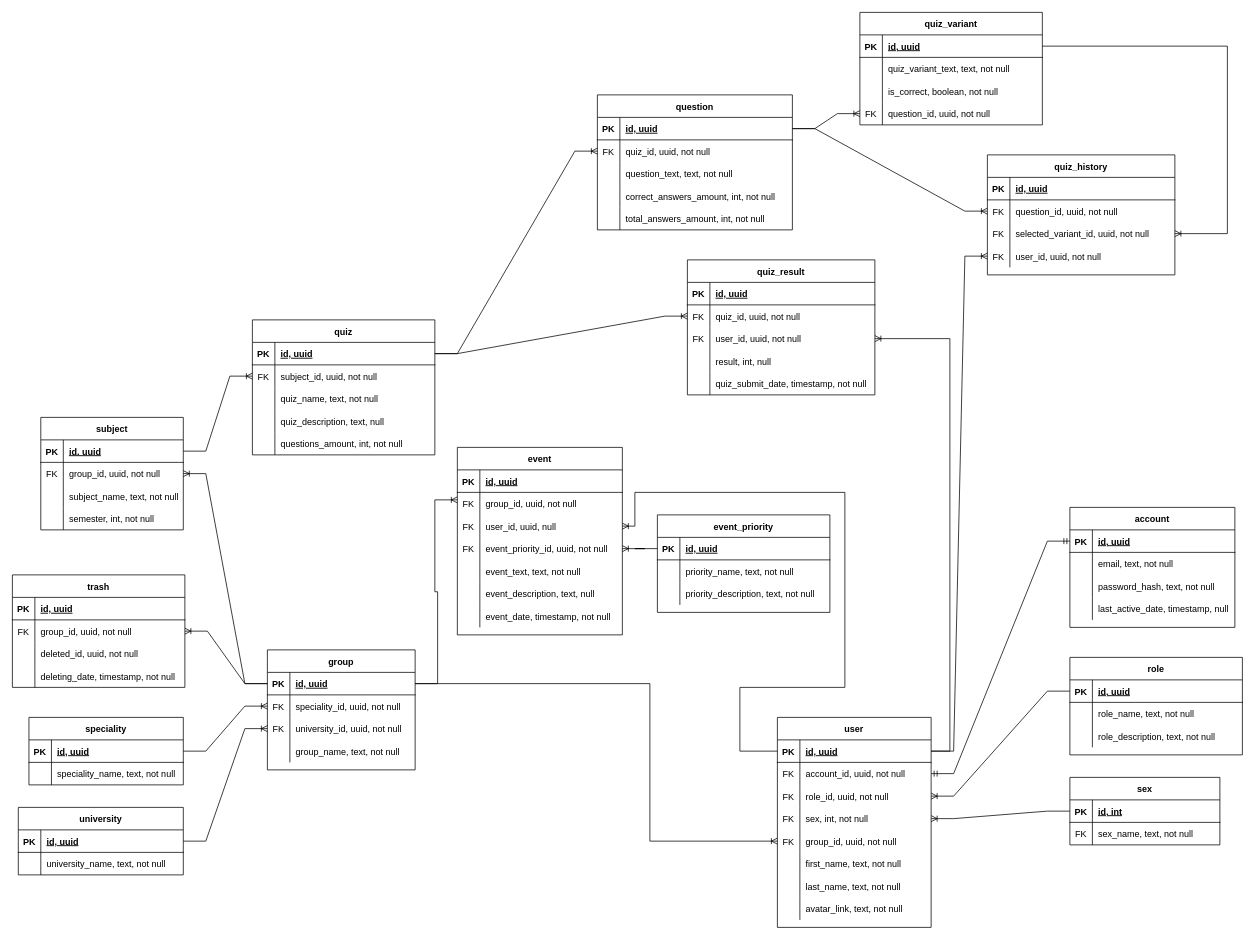
This is databases/physical_er_ironalex.drawio from student-archive/docs, a draw.io file, before an edit. Source tidied: cells renumbered, new cells numbered last; positions are measured from the earlier drawing's top-left corner, leaving out a move shared by most shapes. Both pictures are drawn from the tidied source at 75%, with x=0, y=0 at pixel (12, 12).
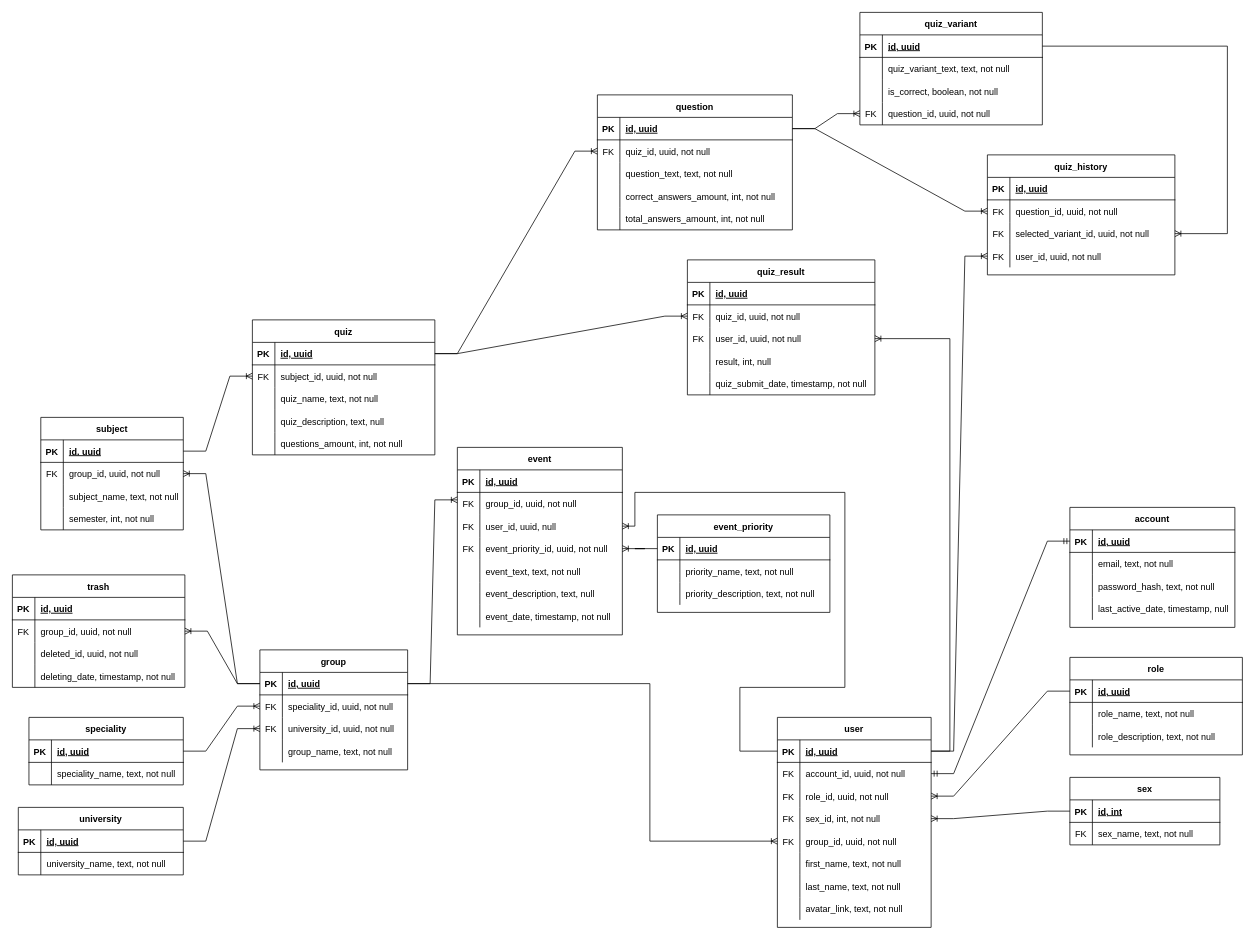
After the change.

Commit message:
feat(databases):change some fields

The change refers to these unchanged cells:
```xml
<mxCell id="145" style="shape=tableRow;horizontal=0;startSize=0;swimlaneHead=0;swimlaneBody=0;fillColor=none;points=[[0,0.5],[1,0.5]];portConstraint=eastwest;top=0;left=0;right=0;bottom=0;" parent="135" vertex="1">
  <mxGeometry y="120" width="205" height="30" as="geometry" />
</mxCell>
```

Diff of the diagram source:
```diff
@@
     <mxCell id="47" value="group" style="shape=table;startSize=30;childLayout=tableLayout;rowLines=0;fontStyle=1;align=center;" parent="1" vertex="1">
-      <mxGeometry x="340" y="850" width="197" height="160" as="geometry" />
+      <mxGeometry x="330" y="850" width="197" height="160" as="geometry" />
     </mxCell>
@@
-    <mxCell id="147" value="sex, int, not null" style="shape=partialRectangle;fillColor=none;top=0;left=0;bottom=0;right=0;align=left;spacingLeft=6;fontStyle=0;overflow=hidden;" parent="145" vertex="1">
+    <mxCell id="147" value="sex_id, int, not null" style="shape=partialRectangle;fillColor=none;top=0;left=0;bottom=0;right=0;align=left;spacingLeft=6;fontStyle=0;overflow=hidden;" parent="145" vertex="1">
       <mxGeometry x="30" width="175" height="30" as="geometry" />
     </mxCell>
```
